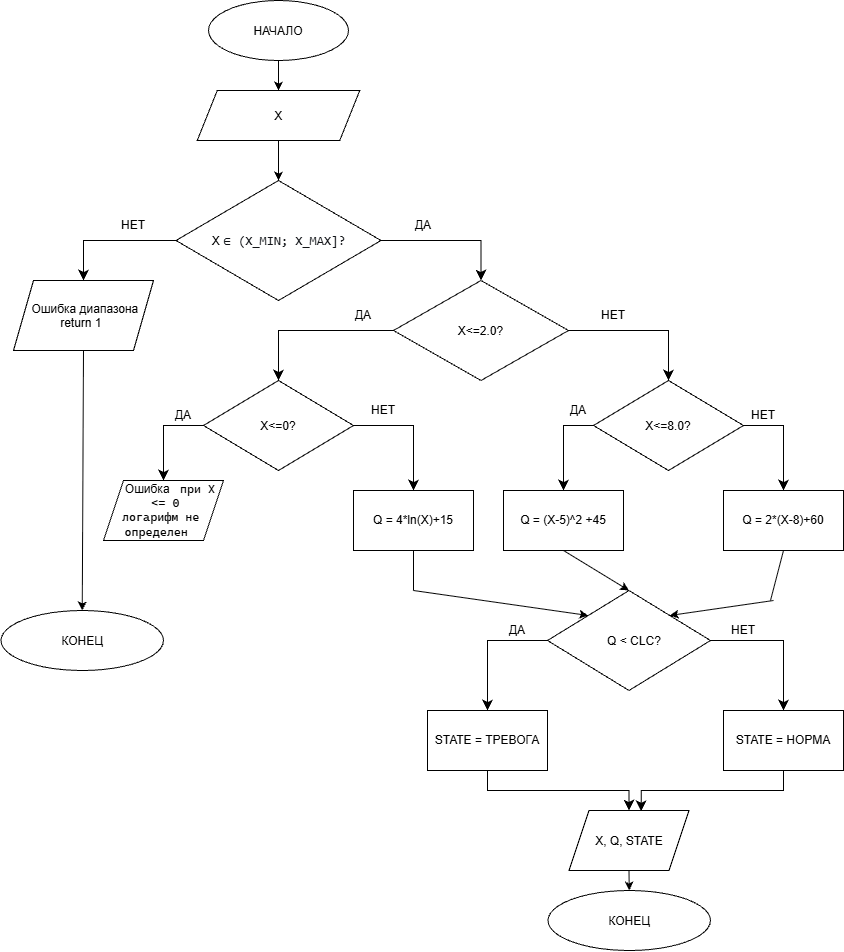
DariaKucherenko/course-project-var-24 keeps this draw.io diagram as алгоритм.png. Above is the earlier version. Source tidied: cells renumbered, new cells last; positions are measured from the earlier drawing's top-left corner, leaving out a move shared by most shapes. Its diagram source:
```xml
<mxGraphModel>
  <root>
    <mxCell id="0" />
    <mxCell id="1" parent="0" />
    <mxCell id="2" value="НАЧАЛО" style="ellipse;whiteSpace=wrap;html=1;shapeInside=1;" parent="1" vertex="1">
      <mxGeometry x="207" width="140" height="60" as="geometry" />
    </mxCell>
    <mxCell id="3" value="X" style="shape=parallelogram;perimeter=parallelogramPerimeter;whiteSpace=wrap;html=1;shapeInside=1;fixedSize=1;" parent="1" vertex="1">
      <mxGeometry x="195.8" y="90" width="162.5" height="50" as="geometry" />
    </mxCell>
    <mxCell id="4" style="endArrow=classic;html=1;rounded=0;defaultLabelBackgroundColor=page;exitX=0.5;exitY=1;exitDx=0;exitDy=0;entryX=0.5;entryY=0;entryDx=0;entryDy=0;" parent="1" edge="1" source="2" target="3">
      <mxGeometry relative="1" as="geometry" />
    </mxCell>
    <mxCell id="5" style="endArrow=classic;html=1;rounded=0;defaultLabelBackgroundColor=page;exitX=0.5;exitY=1;exitDx=0;exitDy=0;" parent="1" edge="1" source="3" target="6">
      <mxGeometry relative="1" as="geometry" />
    </mxCell>
    <mxCell id="6" value="X&amp;nbsp;&lt;span style=&quot;color: rgb(15, 17, 21); font-family: Menlo, Monaco, Consolas, &amp;quot;Cascadia Mono&amp;quot;, &amp;quot;Ubuntu Mono&amp;quot;, &amp;quot;DejaVu Sans Mono&amp;quot;, &amp;quot;Liberation Mono&amp;quot;, &amp;quot;JetBrains Mono&amp;quot;, &amp;quot;Fira Code&amp;quot;, Cousine, &amp;quot;Roboto Mono&amp;quot;, &amp;quot;Courier New&amp;quot;, Courier, sans-serif, system-ui; font-size: 13px; text-align: start; white-space: pre-wrap; background-color: transparent;&quot;&gt;∈ (X_MIN; X_MAX]?&lt;/span&gt;" style="rhombus;whiteSpace=wrap;html=1;shapeInside=1;" parent="1" vertex="1">
      <mxGeometry x="174.5" y="180" width="205" height="120" as="geometry" />
    </mxCell>
    <mxCell id="7" value="Ошибка диапазона&lt;div&gt;return 1&lt;/div&gt;" style="shape=parallelogram;perimeter=parallelogramPerimeter;whiteSpace=wrap;html=1;shapeInside=1;fixedSize=1;" parent="1" vertex="1">
      <mxGeometry x="12" y="280" width="140" height="70" as="geometry" />
    </mxCell>
    <mxCell id="8" value="X&amp;lt;=2.0?" style="rhombus;whiteSpace=wrap;html=1;shapeInside=1;" parent="1" vertex="1">
      <mxGeometry x="392" y="280" width="175" height="100" as="geometry" />
    </mxCell>
    <mxCell id="9" value="X&amp;lt;=0?" style="rhombus;whiteSpace=wrap;html=1;shapeInside=1;" parent="1" vertex="1">
      <mxGeometry x="202" y="380" width="150" height="90" as="geometry" />
    </mxCell>
    <mxCell id="10" value="X&amp;lt;=8.0?" style="rhombus;whiteSpace=wrap;html=1;shapeInside=1;" parent="1" vertex="1">
      <mxGeometry x="592" y="380" width="150" height="90" as="geometry" />
    </mxCell>
    <mxCell id="11" value="Ошибка&amp;nbsp;&lt;span style=&quot;font-family: &amp;quot;Cascadia Mono&amp;quot;; font-size: 9pt; background-color: transparent;&quot;&gt; при X &amp;lt;= 0 логарифм не определен&lt;/span&gt;" style="shape=parallelogram;perimeter=parallelogramPerimeter;whiteSpace=wrap;html=1;shapeInside=1;fixedSize=1;fontColor=#000000;" parent="1" vertex="1">
      <mxGeometry x="102" y="480" width="120" height="60" as="geometry" />
    </mxCell>
    <mxCell id="12" value="Q = 4*ln(X)+15" style="rounded=0;whiteSpace=wrap;html=1;" parent="1" vertex="1">
      <mxGeometry x="352" y="490" width="120" height="60" as="geometry" />
    </mxCell>
    <mxCell id="13" value="Q = (X-5)^2 +45" style="rounded=0;whiteSpace=wrap;html=1;" parent="1" vertex="1">
      <mxGeometry x="502" y="490" width="120" height="60" as="geometry" />
    </mxCell>
    <mxCell id="14" value="Q = 2*(X-8)+60" style="rounded=0;whiteSpace=wrap;html=1;" parent="1" vertex="1">
      <mxGeometry x="722" y="490" width="120" height="60" as="geometry" />
    </mxCell>
    <mxCell id="15" value="КОНЕЦ" style="ellipse;whiteSpace=wrap;html=1;shapeInside=1;" parent="1" vertex="1">
      <mxGeometry x="-0.5" y="610" width="162.5" height="60" as="geometry" />
    </mxCell>
    <mxCell id="16" value="&lt;span style=&quot;white-space: pre;&quot;&gt;&#9;&lt;/span&gt;Q &amp;lt; CLC?" style="rhombus;whiteSpace=wrap;html=1;shapeInside=1;" parent="1" vertex="1">
      <mxGeometry x="546" y="590" width="163" height="100" as="geometry" />
    </mxCell>
    <mxCell id="17" value="STATE = ТРЕВОГА" style="rounded=0;whiteSpace=wrap;html=1;" parent="1" vertex="1">
      <mxGeometry x="426" y="710" width="120" height="60" as="geometry" />
    </mxCell>
    <mxCell id="18" value="STATE = НОРМА" style="rounded=0;whiteSpace=wrap;html=1;" parent="1" vertex="1">
      <mxGeometry x="722" y="710" width="120" height="60" as="geometry" />
    </mxCell>
    <mxCell id="19" value="X, Q, STATE" style="shape=parallelogram;perimeter=parallelogramPerimeter;whiteSpace=wrap;html=1;shapeInside=1;fixedSize=1;" parent="1" vertex="1">
      <mxGeometry x="567.5" y="810" width="120" height="60" as="geometry" />
    </mxCell>
    <mxCell id="20" value="КОНЕЦ" style="ellipse;whiteSpace=wrap;html=1;shapeInside=1;" parent="1" vertex="1">
      <mxGeometry x="546.5" y="890" width="162.5" height="60" as="geometry" />
    </mxCell>
    <mxCell id="21" style="edgeStyle=segmentEdgeStyle;endArrow=classic;html=1;curved=0;rounded=0;endSize=8;startSize=8;defaultLabelBackgroundColor=page;exitX=0;exitY=0.5;exitDx=0;exitDy=0;entryX=0.5;entryY=0;entryDx=0;entryDy=0;" parent="1" edge="1" source="6" target="7">
      <mxGeometry relative="1" as="geometry" />
    </mxCell>
    <mxCell id="22" style="edgeStyle=segmentEdgeStyle;endArrow=classic;html=1;curved=0;rounded=0;endSize=8;startSize=8;defaultLabelBackgroundColor=page;exitX=1;exitY=0.5;exitDx=0;exitDy=0;entryX=0.5;entryY=0;entryDx=0;entryDy=0;" parent="1" edge="1" source="6" target="8">
      <mxGeometry relative="1" as="geometry" />
    </mxCell>
    <mxCell id="23" style="endArrow=classic;html=1;rounded=0;defaultLabelBackgroundColor=page;exitX=0.5;exitY=1;exitDx=0;exitDy=0;entryX=0.5;entryY=0;entryDx=0;entryDy=0;" parent="1" edge="1" source="7" target="15">
      <mxGeometry relative="1" as="geometry" />
    </mxCell>
    <mxCell id="24" style="edgeStyle=segmentEdgeStyle;endArrow=classic;html=1;curved=0;rounded=0;endSize=8;startSize=8;defaultLabelBackgroundColor=page;exitX=0;exitY=0.5;exitDx=0;exitDy=0;entryX=0.5;entryY=0;entryDx=0;entryDy=0;" parent="1" edge="1" source="8" target="9">
      <mxGeometry relative="1" as="geometry" />
    </mxCell>
    <mxCell id="25" style="edgeStyle=segmentEdgeStyle;endArrow=classic;html=1;curved=0;rounded=0;endSize=8;startSize=8;defaultLabelBackgroundColor=page;exitX=1;exitY=0.5;exitDx=0;exitDy=0;entryX=0.5;entryY=0;entryDx=0;entryDy=0;" parent="1" edge="1" source="8" target="10">
      <mxGeometry relative="1" as="geometry" />
    </mxCell>
    <mxCell id="26" style="edgeStyle=segmentEdgeStyle;endArrow=classic;html=1;curved=0;rounded=0;endSize=8;startSize=8;defaultLabelBackgroundColor=page;" parent="1" edge="1" source="9" target="11">
      <mxGeometry relative="1" as="geometry" />
    </mxCell>
    <mxCell id="27" style="edgeStyle=segmentEdgeStyle;endArrow=classic;html=1;curved=0;rounded=0;endSize=8;startSize=8;defaultLabelBackgroundColor=page;entryX=0.5;entryY=0;entryDx=0;entryDy=0;" parent="1" edge="1" source="9" target="12">
      <mxGeometry relative="1" as="geometry" />
    </mxCell>
    <mxCell id="28" style="edgeStyle=segmentEdgeStyle;endArrow=classic;html=1;curved=0;rounded=0;endSize=8;startSize=8;defaultLabelBackgroundColor=page;entryX=0.5;entryY=0;entryDx=0;entryDy=0;" parent="1" edge="1" source="10" target="13">
      <mxGeometry x="-0.52" relative="1" as="geometry" />
    </mxCell>
    <mxCell id="29" style="edgeStyle=segmentEdgeStyle;endArrow=classic;html=1;curved=0;rounded=0;endSize=8;startSize=8;defaultLabelBackgroundColor=page;exitX=1;exitY=0.5;exitDx=0;exitDy=0;entryX=0.5;entryY=0;entryDx=0;entryDy=0;" parent="1" edge="1" source="10" target="14">
      <mxGeometry relative="1" as="geometry" />
    </mxCell>
    <mxCell id="30" style="endArrow=none;html=1;rounded=0;defaultLabelBackgroundColor=page;exitX=0.5;exitY=1;exitDx=0;exitDy=0;" parent="1" edge="1" source="12">
      <mxGeometry relative="1" as="geometry">
        <mxPoint x="412" y="590" as="targetPoint" />
      </mxGeometry>
    </mxCell>
    <mxCell id="31" style="endArrow=classic;html=1;rounded=0;defaultLabelBackgroundColor=page;entryX=0;entryY=0;entryDx=0;entryDy=0;" parent="1" edge="1" target="16">
      <mxGeometry relative="1" as="geometry">
        <mxPoint x="412" y="590" as="sourcePoint" />
      </mxGeometry>
    </mxCell>
    <mxCell id="32" style="endArrow=classic;html=1;rounded=0;defaultLabelBackgroundColor=page;exitX=0.5;exitY=1;exitDx=0;exitDy=0;entryX=0.5;entryY=0;entryDx=0;entryDy=0;" parent="1" edge="1" source="13" target="16">
      <mxGeometry relative="1" as="geometry" />
    </mxCell>
    <mxCell id="33" style="endArrow=classic;html=1;rounded=0;defaultLabelBackgroundColor=page;" parent="1" edge="1">
      <mxGeometry relative="1" as="geometry">
        <mxPoint x="772" y="600" as="sourcePoint" />
        <mxPoint x="668.2" y="615" as="targetPoint" />
      </mxGeometry>
    </mxCell>
    <mxCell id="34" style="endArrow=none;html=1;rounded=0;defaultLabelBackgroundColor=page;exitX=0.5;exitY=1;exitDx=0;exitDy=0;" parent="1" edge="1" source="14">
      <mxGeometry relative="1" as="geometry">
        <mxPoint x="769" y="600" as="targetPoint" />
      </mxGeometry>
    </mxCell>
    <mxCell id="35" style="edgeStyle=segmentEdgeStyle;endArrow=classic;html=1;curved=0;rounded=0;endSize=8;startSize=8;defaultLabelBackgroundColor=page;exitX=0;exitY=0.5;exitDx=0;exitDy=0;entryX=0.5;entryY=0;entryDx=0;entryDy=0;" parent="1" edge="1" source="16" target="17">
      <mxGeometry relative="1" as="geometry" />
    </mxCell>
    <mxCell id="36" style="edgeStyle=segmentEdgeStyle;endArrow=classic;html=1;curved=0;rounded=0;endSize=8;startSize=8;defaultLabelBackgroundColor=page;exitX=1;exitY=0.5;exitDx=0;exitDy=0;entryX=0.5;entryY=0;entryDx=0;entryDy=0;" parent="1" edge="1" source="16" target="18">
      <mxGeometry relative="1" as="geometry" />
    </mxCell>
    <mxCell id="37" style="edgeStyle=elbowEdgeStyle;elbow=vertical;endArrow=classic;html=1;curved=0;rounded=0;endSize=8;startSize=8;defaultLabelBackgroundColor=page;exitX=0.5;exitY=1;exitDx=0;exitDy=0;entryX=0.5;entryY=0;entryDx=0;entryDy=0;" parent="1" edge="1" source="17" target="19">
      <mxGeometry relative="1" as="geometry" />
    </mxCell>
    <mxCell id="38" style="edgeStyle=elbowEdgeStyle;elbow=vertical;endArrow=classic;html=1;curved=0;rounded=0;endSize=8;startSize=8;defaultLabelBackgroundColor=page;exitX=0.5;exitY=1;exitDx=0;exitDy=0;entryX=0.602;entryY=0.011;entryDx=0;entryDy=0;entryPerimeter=0;" parent="1" edge="1" source="18" target="19">
      <mxGeometry relative="1" as="geometry" />
    </mxCell>
    <mxCell id="39" style="endArrow=classic;html=1;rounded=0;defaultLabelBackgroundColor=page;exitX=0.5;exitY=1;exitDx=0;exitDy=0;entryX=0.5;entryY=0;entryDx=0;entryDy=0;" parent="1" edge="1" source="19" target="20">
      <mxGeometry relative="1" as="geometry" />
    </mxCell>
    <mxCell id="40" value="НЕТ" style="text;html=1;whiteSpace=wrap;strokeColor=none;fillColor=none;align=center;verticalAlign=middle;rounded=0;" parent="1" vertex="1">
      <mxGeometry x="102" y="210" width="60" height="30" as="geometry" />
    </mxCell>
    <mxCell id="41" value="ДА" style="text;html=1;whiteSpace=wrap;strokeColor=none;fillColor=none;align=center;verticalAlign=middle;rounded=0;" parent="1" vertex="1">
      <mxGeometry x="392" y="210" width="60" height="30" as="geometry" />
    </mxCell>
    <mxCell id="42" value="ДА" style="text;html=1;whiteSpace=wrap;strokeColor=none;fillColor=none;align=center;verticalAlign=middle;rounded=0;" parent="1" vertex="1">
      <mxGeometry x="332" y="300" width="60" height="30" as="geometry" />
    </mxCell>
    <mxCell id="43" value="НЕТ" style="text;html=1;whiteSpace=wrap;strokeColor=none;fillColor=none;align=center;verticalAlign=middle;rounded=0;" parent="1" vertex="1">
      <mxGeometry x="582" y="300" width="60" height="30" as="geometry" />
    </mxCell>
    <mxCell id="44" value="ДА" style="text;html=1;whiteSpace=wrap;strokeColor=none;fillColor=none;align=center;verticalAlign=middle;rounded=0;" parent="1" vertex="1">
      <mxGeometry x="152" y="400" width="60" height="30" as="geometry" />
    </mxCell>
    <mxCell id="45" value="НЕТ" style="text;html=1;whiteSpace=wrap;strokeColor=none;fillColor=none;align=center;verticalAlign=middle;rounded=0;" parent="1" vertex="1">
      <mxGeometry x="352" y="395" width="60" height="30" as="geometry" />
    </mxCell>
    <mxCell id="46" value="ДА" style="text;html=1;whiteSpace=wrap;strokeColor=none;fillColor=none;align=center;verticalAlign=middle;rounded=0;" parent="1" vertex="1">
      <mxGeometry x="546.5" y="395" width="60" height="30" as="geometry" />
    </mxCell>
    <mxCell id="47" value="НЕТ" style="text;html=1;whiteSpace=wrap;strokeColor=none;fillColor=none;align=center;verticalAlign=middle;rounded=0;" parent="1" vertex="1">
      <mxGeometry x="732" y="400" width="60" height="30" as="geometry" />
    </mxCell>
    <mxCell id="48" value="ДА" style="text;html=1;whiteSpace=wrap;strokeColor=none;fillColor=none;align=center;verticalAlign=middle;rounded=0;" parent="1" vertex="1">
      <mxGeometry x="486" y="615" width="60" height="30" as="geometry" />
    </mxCell>
    <mxCell id="49" value="НЕТ" style="text;html=1;whiteSpace=wrap;strokeColor=none;fillColor=none;align=center;verticalAlign=middle;rounded=0;" parent="1" vertex="1">
      <mxGeometry x="712" y="615" width="60" height="30" as="geometry" />
    </mxCell>
  </root>
</mxGraphModel>
```
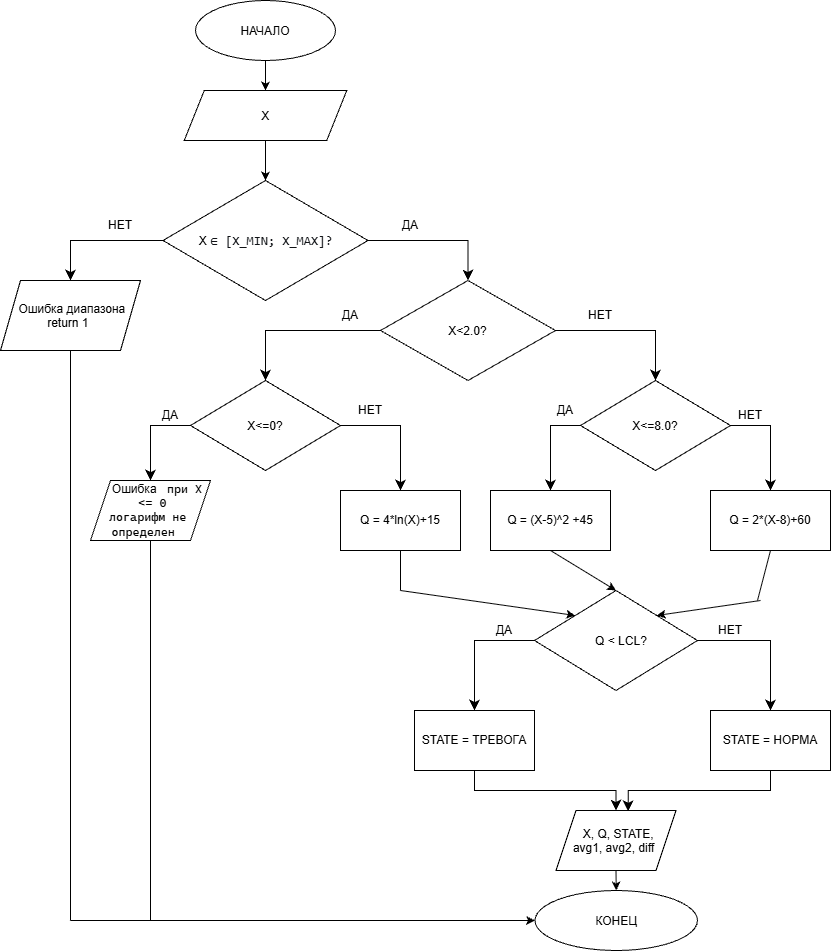
Later version of the same file.

Change to the diagram source:
```diff
@@ -14,13 +14,13 @@
     <mxCell id="5" style="endArrow=classic;html=1;rounded=0;defaultLabelBackgroundColor=page;exitX=0.5;exitY=1;exitDx=0;exitDy=0;" parent="1" edge="1" source="3" target="6">
       <mxGeometry relative="1" as="geometry" />
     </mxCell>
-    <mxCell id="6" value="X&amp;nbsp;&lt;span style=&quot;color: rgb(15, 17, 21); font-family: Menlo, Monaco, Consolas, &amp;quot;Cascadia Mono&amp;quot;, &amp;quot;Ubuntu Mono&amp;quot;, &amp;quot;DejaVu Sans Mono&amp;quot;, &amp;quot;Liberation Mono&amp;quot;, &amp;quot;JetBrains Mono&amp;quot;, &amp;quot;Fira Code&amp;quot;, Cousine, &amp;quot;Roboto Mono&amp;quot;, &amp;quot;Courier New&amp;quot;, Courier, sans-serif, system-ui; font-size: 13px; text-align: start; white-space: pre-wrap; background-color: transparent;&quot;&gt;∈ (X_MIN; X_MAX]?&lt;/span&gt;" style="rhombus;whiteSpace=wrap;html=1;shapeInside=1;" parent="1" vertex="1">
+    <mxCell id="6" value="X&amp;nbsp;&lt;span style=&quot;color: rgb(15, 17, 21); font-family: Menlo, Monaco, Consolas, &amp;quot;Cascadia Mono&amp;quot;, &amp;quot;Ubuntu Mono&amp;quot;, &amp;quot;DejaVu Sans Mono&amp;quot;, &amp;quot;Liberation Mono&amp;quot;, &amp;quot;JetBrains Mono&amp;quot;, &amp;quot;Fira Code&amp;quot;, Cousine, &amp;quot;Roboto Mono&amp;quot;, &amp;quot;Courier New&amp;quot;, Courier, sans-serif, system-ui; font-size: 13px; text-align: start; white-space: pre-wrap; background-color: transparent;&quot;&gt;∈ [X_MIN; X_MAX]?&lt;/span&gt;" style="rhombus;whiteSpace=wrap;html=1;shapeInside=1;" parent="1" vertex="1">
       <mxGeometry x="174.5" y="180" width="205" height="120" as="geometry" />
     </mxCell>
     <mxCell id="7" value="Ошибка диапазона&lt;div&gt;return 1&lt;/div&gt;" style="shape=parallelogram;perimeter=parallelogramPerimeter;whiteSpace=wrap;html=1;shapeInside=1;fixedSize=1;" parent="1" vertex="1">
       <mxGeometry x="12" y="280" width="140" height="70" as="geometry" />
     </mxCell>
-    <mxCell id="8" value="X&amp;lt;=2.0?" style="rhombus;whiteSpace=wrap;html=1;shapeInside=1;" parent="1" vertex="1">
+    <mxCell id="8" value="X&amp;lt;2.0?" style="rhombus;whiteSpace=wrap;html=1;shapeInside=1;" parent="1" vertex="1">
       <mxGeometry x="392" y="280" width="175" height="100" as="geometry" />
     </mxCell>
     <mxCell id="9" value="X&amp;lt;=0?" style="rhombus;whiteSpace=wrap;html=1;shapeInside=1;" parent="1" vertex="1">
@@ -41,10 +41,7 @@
     <mxCell id="14" value="Q = 2*(X-8)+60" style="rounded=0;whiteSpace=wrap;html=1;" parent="1" vertex="1">
       <mxGeometry x="722" y="490" width="120" height="60" as="geometry" />
     </mxCell>
-    <mxCell id="15" value="КОНЕЦ" style="ellipse;whiteSpace=wrap;html=1;shapeInside=1;" parent="1" vertex="1">
-      <mxGeometry x="-0.5" y="610" width="162.5" height="60" as="geometry" />
-    </mxCell>
-    <mxCell id="16" value="&lt;span style=&quot;white-space: pre;&quot;&gt;&#9;&lt;/span&gt;Q &amp;lt; CLC?" style="rhombus;whiteSpace=wrap;html=1;shapeInside=1;" parent="1" vertex="1">
+    <mxCell id="16" value="&lt;span style=&quot;white-space: pre;&quot;&gt;&#9;&lt;/span&gt;Q &amp;lt; LCL?" style="rhombus;whiteSpace=wrap;html=1;shapeInside=1;" parent="1" vertex="1">
       <mxGeometry x="546" y="590" width="163" height="100" as="geometry" />
     </mxCell>
     <mxCell id="17" value="STATE = ТРЕВОГА" style="rounded=0;whiteSpace=wrap;html=1;" parent="1" vertex="1">
@@ -53,7 +50,7 @@
     <mxCell id="18" value="STATE = НОРМА" style="rounded=0;whiteSpace=wrap;html=1;" parent="1" vertex="1">
       <mxGeometry x="722" y="710" width="120" height="60" as="geometry" />
     </mxCell>
-    <mxCell id="19" value="X, Q, STATE" style="shape=parallelogram;perimeter=parallelogramPerimeter;whiteSpace=wrap;html=1;shapeInside=1;fixedSize=1;" parent="1" vertex="1">
+    <mxCell id="19" value="X, Q, STATE, avg1, avg2, diff" style="shape=parallelogram;perimeter=parallelogramPerimeter;whiteSpace=wrap;html=1;shapeInside=1;fixedSize=1;" parent="1" vertex="1">
       <mxGeometry x="567.5" y="810" width="120" height="60" as="geometry" />
     </mxCell>
     <mxCell id="20" value="КОНЕЦ" style="ellipse;whiteSpace=wrap;html=1;shapeInside=1;" parent="1" vertex="1">
@@ -65,9 +62,6 @@
     <mxCell id="22" style="edgeStyle=segmentEdgeStyle;endArrow=classic;html=1;curved=0;rounded=0;endSize=8;startSize=8;defaultLabelBackgroundColor=page;exitX=1;exitY=0.5;exitDx=0;exitDy=0;entryX=0.5;entryY=0;entryDx=0;entryDy=0;" parent="1" edge="1" source="6" target="8">
       <mxGeometry relative="1" as="geometry" />
     </mxCell>
-    <mxCell id="23" style="endArrow=classic;html=1;rounded=0;defaultLabelBackgroundColor=page;exitX=0.5;exitY=1;exitDx=0;exitDy=0;entryX=0.5;entryY=0;entryDx=0;entryDy=0;" parent="1" edge="1" source="7" target="15">
-      <mxGeometry relative="1" as="geometry" />
-    </mxCell>
     <mxCell id="24" style="edgeStyle=segmentEdgeStyle;endArrow=classic;html=1;curved=0;rounded=0;endSize=8;startSize=8;defaultLabelBackgroundColor=page;exitX=0;exitY=0.5;exitDx=0;exitDy=0;entryX=0.5;entryY=0;entryDx=0;entryDy=0;" parent="1" edge="1" source="8" target="9">
       <mxGeometry relative="1" as="geometry" />
     </mxCell>
@@ -155,5 +149,20 @@
     <mxCell id="49" value="НЕТ" style="text;html=1;whiteSpace=wrap;strokeColor=none;fillColor=none;align=center;verticalAlign=middle;rounded=0;" parent="1" vertex="1">
       <mxGeometry x="712" y="615" width="60" height="30" as="geometry" />
     </mxCell>
+    <mxCell id="50" style="endArrow=none;html=1;rounded=0;defaultLabelBackgroundColor=page;labelPadding=0 4;exitX=0.5;exitY=1;exitDx=0;exitDy=0;" parent="1" edge="1" source="7">
+      <mxGeometry relative="1" as="geometry">
+        <mxPoint x="82" y="920" as="targetPoint" />
+      </mxGeometry>
+    </mxCell>
+    <mxCell id="51" style="endArrow=classic;html=1;rounded=0;defaultLabelBackgroundColor=page;labelPadding=0 4;entryX=0;entryY=0.5;entryDx=0;entryDy=0;" parent="1" edge="1" target="20">
+      <mxGeometry relative="1" as="geometry">
+        <mxPoint x="82" y="920" as="sourcePoint" />
+      </mxGeometry>
+    </mxCell>
+    <mxCell id="52" style="endArrow=none;html=1;rounded=0;defaultLabelBackgroundColor=page;labelPadding=0 4;entryX=0.5;entryY=1;entryDx=0;entryDy=0;" parent="1" edge="1" target="11">
+      <mxGeometry relative="1" as="geometry">
+        <mxPoint x="162" y="920" as="sourcePoint" />
+      </mxGeometry>
+    </mxCell>
   </root>
 </mxGraphModel>
```
